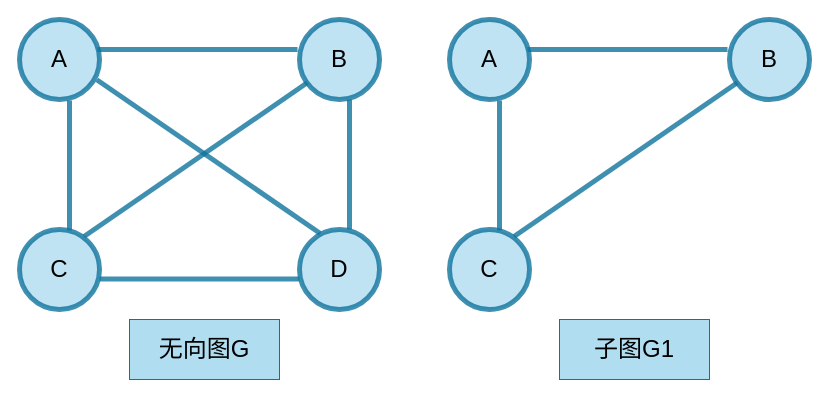
Above: 子图.drawio in SamPong/software (draw.io), before the change. Source tidied: cells renumbered, new cells numbered last; positions are measured from the earlier drawing's top-left corner, leaving out a move shared by most shapes. Both pictures are drawn from the tidied source at 100%, with x=0, y=0 at pixel (19, 19).
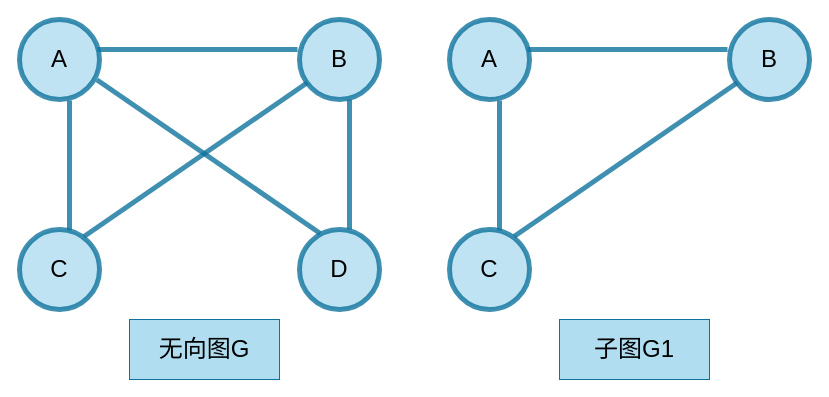
Above is the later version.

Diff of the diagram source:
```diff
@@
-    <mxCell id="11" style="endArrow=none;html=1;rounded=0;exitX=1;exitY=0.5;exitDx=0;exitDy=0;entryX=0;entryY=0.5;entryDx=0;entryDy=0;strokeWidth=5;strokeColor=#10739e;shadow=0;opacity=80;snapToPoint=1;fixDash=0;backgroundOutline=0;endFill=0;startArrow=none;startFill=0;fillColor=#b1ddf0;" parent="1" edge="1">
-      <mxGeometry relative="1" as="geometry">
-        <mxPoint x="80" y="259.5" as="sourcePoint" />
-        <mxPoint x="280" y="259.5" as="targetPoint" />
-      </mxGeometry>
-    </mxCell>
```
